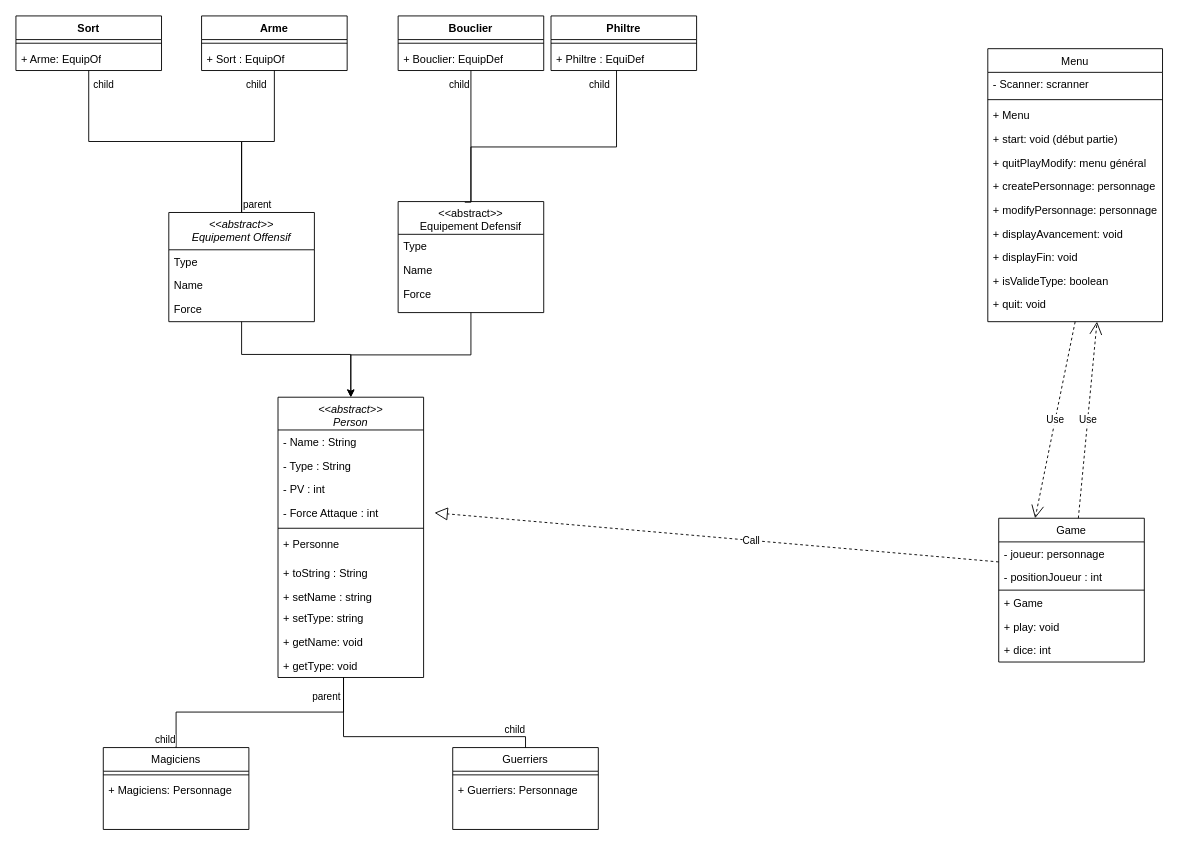
Before: Diagramme sans nom.drawio in Riquet-C/Donjon-Dragons, a draw.io diagram. Source tidied: cells renumbered, new cells numbered last; positions are measured from the earlier drawing's top-left corner, leaving out a move shared by most shapes. Both pictures are drawn from the tidied source at 91%, with x=0, y=0 at pixel (15, 15).
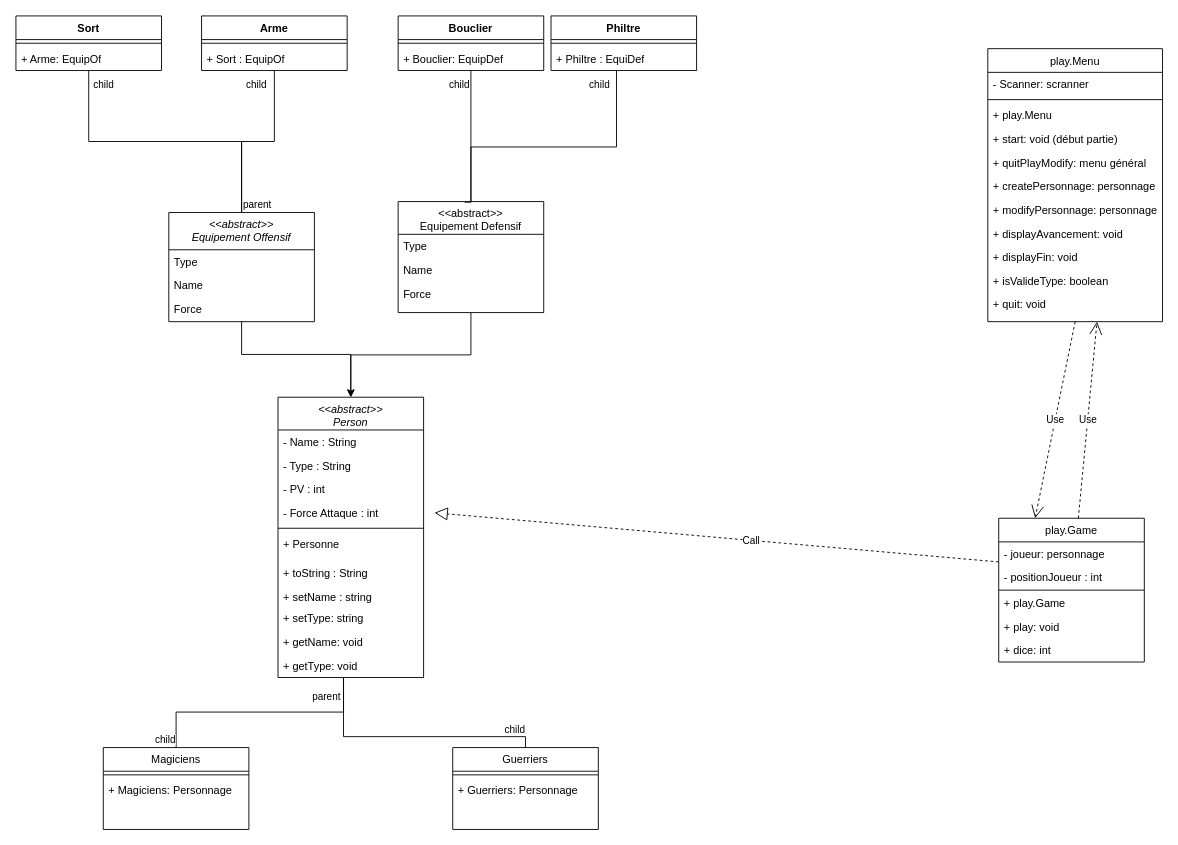
After the change.

Change to the diagram source:
```diff
@@
-    <mxCell id="29" value="Menu" style="swimlane;fontStyle=0;align=center;verticalAlign=top;horizontal=1;startSize=26;rounded=0;shadow=0;strokeWidth=1;" parent="1" vertex="1">
+    <mxCell id="29" value="play.Menu" style="swimlane;fontStyle=0;align=center;verticalAlign=top;horizontal=1;startSize=26;rounded=0;shadow=0;strokeWidth=1;" parent="1" vertex="1">
       <mxGeometry x="1068" y="36" width="192" height="300" as="geometry" />
     </mxCell>
@@
-    <mxCell id="32" value="+ Menu" style="text;align=left;verticalAlign=top;spacingLeft=4;spacingRight=4;overflow=hidden;" parent="29" vertex="1">
+    <mxCell id="32" value="+ play.Menu" style="text;align=left;verticalAlign=top;spacingLeft=4;spacingRight=4;overflow=hidden;" parent="29" vertex="1">
       <mxGeometry y="60" width="192" height="26" as="geometry" />
     </mxCell>
@@
-    <mxCell id="41" value="Game" style="swimlane;fontStyle=0;align=center;verticalAlign=top;horizontal=1;startSize=26;rounded=0;shadow=0;strokeWidth=1;" parent="1" vertex="1">
+    <mxCell id="41" value="play.Game" style="swimlane;fontStyle=0;align=center;verticalAlign=top;horizontal=1;startSize=26;rounded=0;shadow=0;strokeWidth=1;" parent="1" vertex="1">
       <mxGeometry x="1080" y="552" width="160" height="158" as="geometry" />
     </mxCell>
@@
-    <mxCell id="45" value="+ Game" style="text;align=left;verticalAlign=top;spacingLeft=4;spacingRight=4;overflow=hidden;" parent="41" vertex="1">
+    <mxCell id="45" value="+ play.Game" style="text;align=left;verticalAlign=top;spacingLeft=4;spacingRight=4;overflow=hidden;" parent="41" vertex="1">
       <mxGeometry y="80" width="160" height="26" as="geometry" />
     </mxCell>
```
